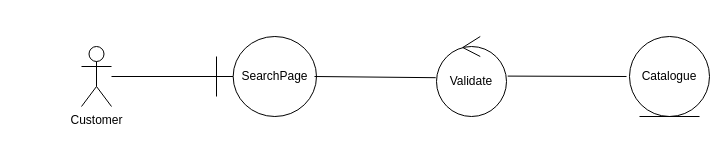
The draw.io diagram wia2002tuto6q5d.drawio in justn0thinghere/drawio, before the edit. Source tidied: cells renumbered, new cells numbered last; positions are measured from the earlier drawing's top-left corner, leaving out a move shared by most shapes. Both pictures are drawn from the tidied source at 100%, with x=0, y=0 at pixel (81, 36).
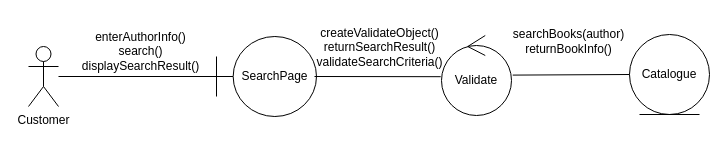
The same page after the edit.

Change to the diagram source:
```diff
@@
 <mxGraphModel>
   <root>
     <mxCell id="0" />
     <mxCell id="1" parent="0" />
     <mxCell id="2" value="Customer" style="shape=umlActor;verticalLabelPosition=bottom;verticalAlign=top;html=1;" parent="1" vertex="1">
-      <mxGeometry y="10" width="30" height="60" as="geometry" />
+      <mxGeometry x="-53" y="10" width="30" height="60" as="geometry" />
     </mxCell>
     <mxCell id="3" value="SearchPage" style="shape=umlBoundary;whiteSpace=wrap;html=1;" parent="1" vertex="1">
       <mxGeometry x="135" width="100" height="80" as="geometry" />
     </mxCell>
     <mxCell id="4" value="Validate" style="ellipse;shape=umlControl;whiteSpace=wrap;html=1;" parent="1" vertex="1">
-      <mxGeometry x="355" width="70" height="80" as="geometry" />
+      <mxGeometry x="360" y="-1" width="70" height="80" as="geometry" />
     </mxCell>
     <mxCell id="5" value="Catalogue" style="ellipse;shape=umlEntity;whiteSpace=wrap;html=1;" parent="1" vertex="1">
-      <mxGeometry x="548" width="80" height="80" as="geometry" />
+      <mxGeometry x="548" y="-2" width="80" height="80" as="geometry" />
     </mxCell>
     <mxCell id="6" style="endArrow=none;html=1;rounded=0;entryX=0;entryY=0.5;entryDx=0;entryDy=0;entryPerimeter=0;" parent="1" edge="1" source="2" target="3">
       <mxGeometry relative="1" as="geometry" />
     </mxCell>
     <mxCell id="7" style="endArrow=none;html=1;rounded=0;entryX=-0.011;entryY=0.515;entryDx=0;entryDy=0;entryPerimeter=0;" parent="1" edge="1" target="4">
       <mxGeometry relative="1" as="geometry">
         <mxPoint x="233" y="40" as="sourcePoint" />
       </mxGeometry>
     </mxCell>
-    <mxCell id="8" style="endArrow=none;html=1;rounded=0;exitX=1.017;exitY=0.495;exitDx=0;exitDy=0;exitPerimeter=0;" parent="1" edge="1" source="4">
-      <mxGeometry relative="1" as="geometry">
-        <mxPoint x="545" y="40" as="targetPoint" />
-      </mxGeometry>
+    <mxCell id="8" style="endArrow=none;html=1;rounded=0;exitX=1.017;exitY=0.495;exitDx=0;exitDy=0;exitPerimeter=0;entryX=0;entryY=0.5;entryDx=0;entryDy=0;" parent="1" edge="1" source="4" target="5">
+      <mxGeometry relative="1" as="geometry" />
     </mxCell>
+    <mxCell id="9" value="enterAuthorInfo()&lt;div&gt;search()&lt;/div&gt;&lt;div&gt;displaySearchResult()&lt;/div&gt;" style="text;html=1;align=center;verticalAlign=middle;strokeColor=none;fillColor=none;" parent="1" vertex="1">
+      <mxGeometry x="-11" y="-15" width="140" height="60" as="geometry" />
+    </mxCell>
+    <mxCell id="10" value="createValidateObject()&lt;div&gt;returnSearchResult()&lt;/div&gt;&lt;div&gt;validateSearchCriteria()&lt;/div&gt;" style="text;html=1;align=center;verticalAlign=middle;strokeColor=none;fillColor=none;" parent="1" vertex="1">
+      <mxGeometry x="223" y="-19" width="150" height="60" as="geometry" />
+    </mxCell>
+    <mxCell id="11" value="searchBooks(author)&lt;div&gt;returnBookInfo()&lt;/div&gt;" style="text;html=1;align=center;verticalAlign=middle;strokeColor=none;fillColor=none;" parent="1" vertex="1">
+      <mxGeometry x="422" y="-15" width="130" height="40" as="geometry" />
+    </mxCell>
   </root>
 </mxGraphModel>
```
